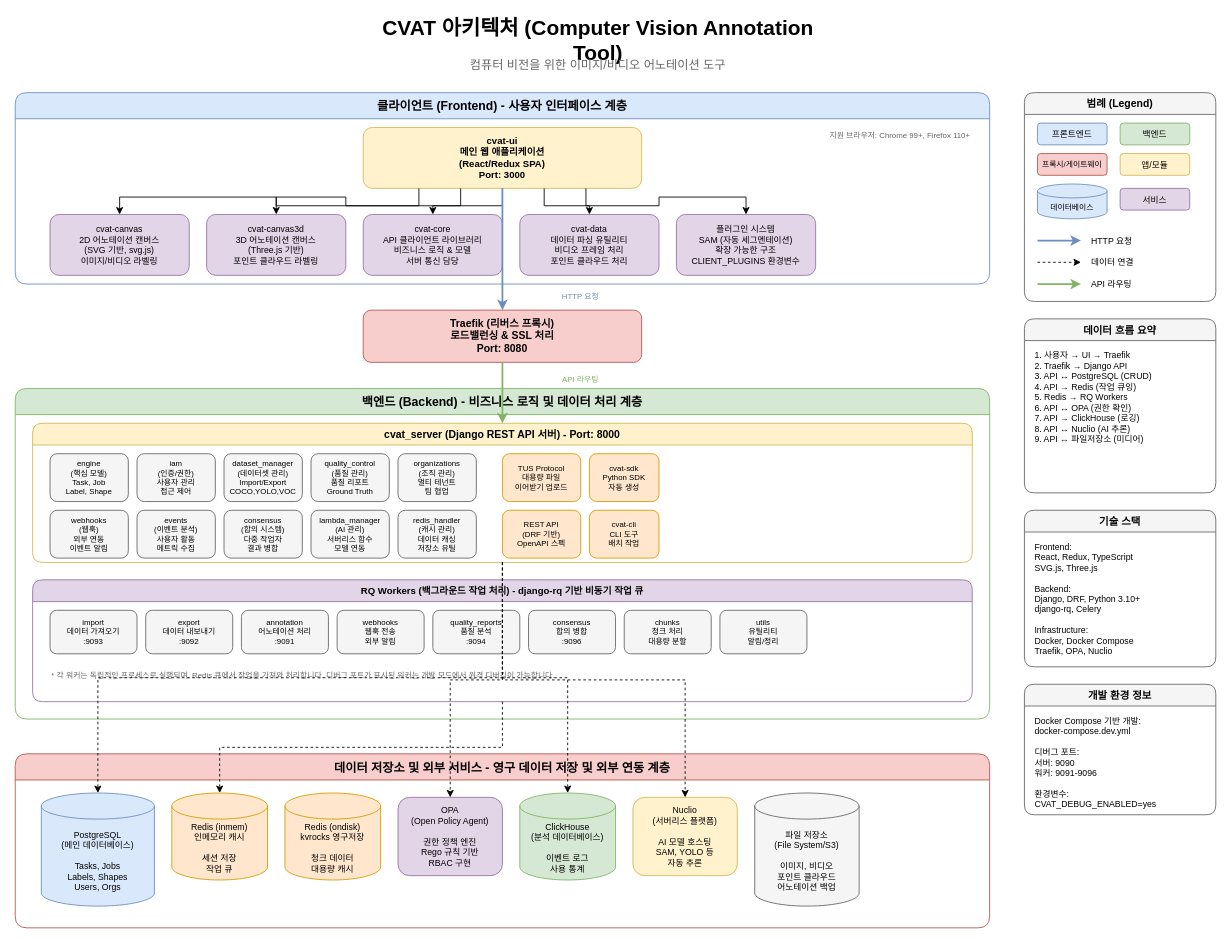
Before: cvat-architecture.drawio in everex-ai/cvat-everex, a draw.io diagram. Source tidied: cells renumbered, new cells numbered last; positions are measured from the earlier drawing's top-left corner, leaving out a move shared by most shapes. Both pictures are drawn from the tidied source at 87%, with x=0, y=0 at pixel (15, 23).
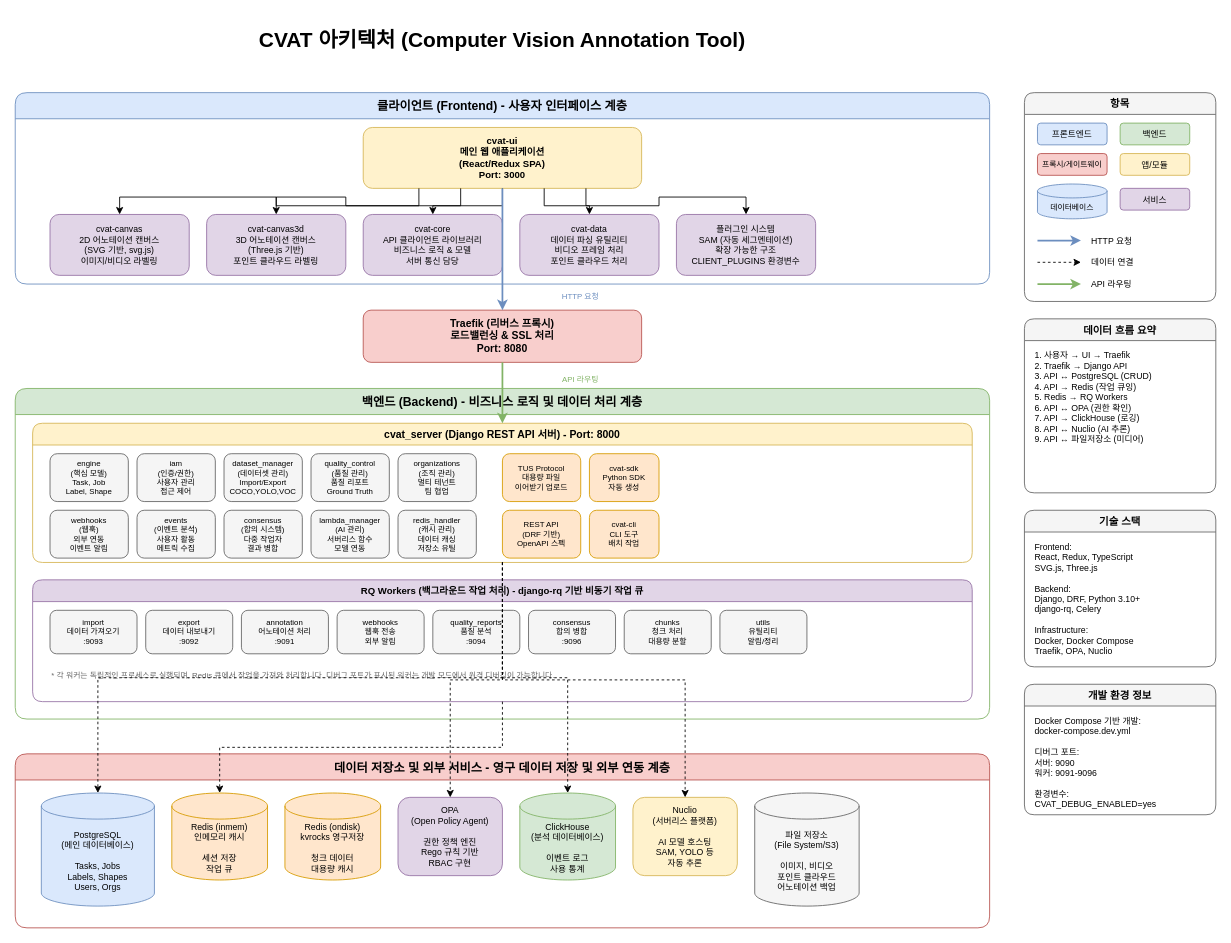
After the change.

Commit message:
Updates architecture diagram with revised design

Replaces the existing architecture diagram with an updated version featuring a clearer layout, refined component grouping, and enhanced labeling in Korean.

Improves visualization of frontend, backend, storage, and worker subsystems along with data flow and technology stack details for better understanding and communication.

Unchanged cells that the change refers to:
```xml
<mxCell id="4" value="클라이언트 (Frontend) - 사용자 인터페이스 계층" style="swimlane;horizontal=1;startSize=30;fillColor=#dae8fc;strokeColor=#6c8ebf;rounded=1;fontSize=14;fontStyle=1;" parent="1" vertex="1">
  <mxGeometry y="80" width="1120" height="220" as="geometry" />
</mxCell>
```

What changed in the source:
```diff
@@
     <mxCell id="2" value="CVAT 아키텍처 (Computer Vision Annotation Tool)" style="text;html=1;strokeColor=none;fillColor=none;align=center;verticalAlign=middle;whiteSpace=wrap;rounded=0;fontSize=24;fontStyle=1;" parent="1" vertex="1">
-      <mxGeometry x="420" width="500" height="40" as="geometry" />
+      <mxGeometry x="265" width="590" height="40" as="geometry" />
     </mxCell>
-    <mxCell id="3" value="컴퓨터 비전을 위한 이미지/비디오 어노테이션 도구" style="text;html=1;strokeColor=none;fillColor=none;align=center;verticalAlign=middle;whiteSpace=wrap;rounded=0;fontSize=14;fontColor=#666666;" parent="1" vertex="1">
-      <mxGeometry x="470" y="35" width="400" height="25" as="geometry" />
-    </mxCell>
@@
-    <mxCell id="11" value="지원 브라우저: Chrome 99+, Firefox 110+" style="text;html=1;strokeColor=none;fillColor=none;align=right;verticalAlign=middle;whiteSpace=wrap;rounded=0;fontSize=9;fontColor=#666666;" parent="4" vertex="1">
-      <mxGeometry x="880" y="40" width="220" height="20" as="geometry" />
-    </mxCell>
@@
-    <mxCell id="61" value="범례 (Legend)" style="swimlane;horizontal=1;startSize=25;fillColor=#f5f5f5;strokeColor=#666666;rounded=1;fontSize=12;fontStyle=1;" parent="1" vertex="1">
+    <mxCell id="61" value="항목" style="swimlane;horizontal=1;startSize=25;fillColor=#f5f5f5;strokeColor=#666666;rounded=1;fontSize=12;fontStyle=1;" parent="1" vertex="1">
       <mxGeometry x="1160" y="80" width="220" height="240" as="geometry" />
     </mxCell>
```
